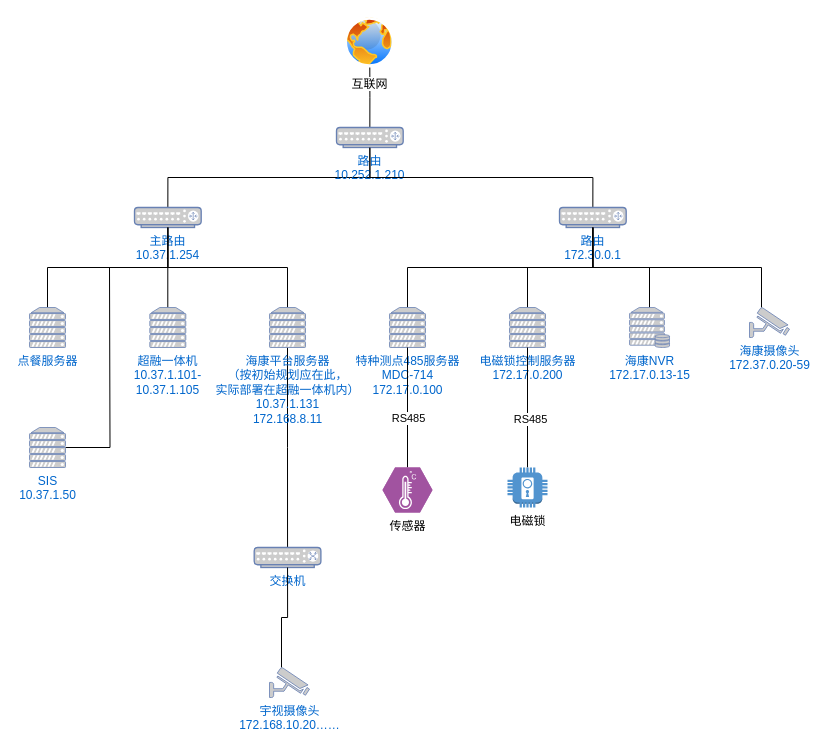
Earlier version of the draw.io diagram 智慧电厂/硬件及网络/网络拓扑.drawio (qxyanda/UML). Source tidied: cells renumbered, new cells numbered last; positions are measured from the earlier drawing's top-left corner, leaving out a move shared by most shapes. Both pictures are drawn from the tidied source at 100%, with x=0, y=0 at pixel (29, 17).
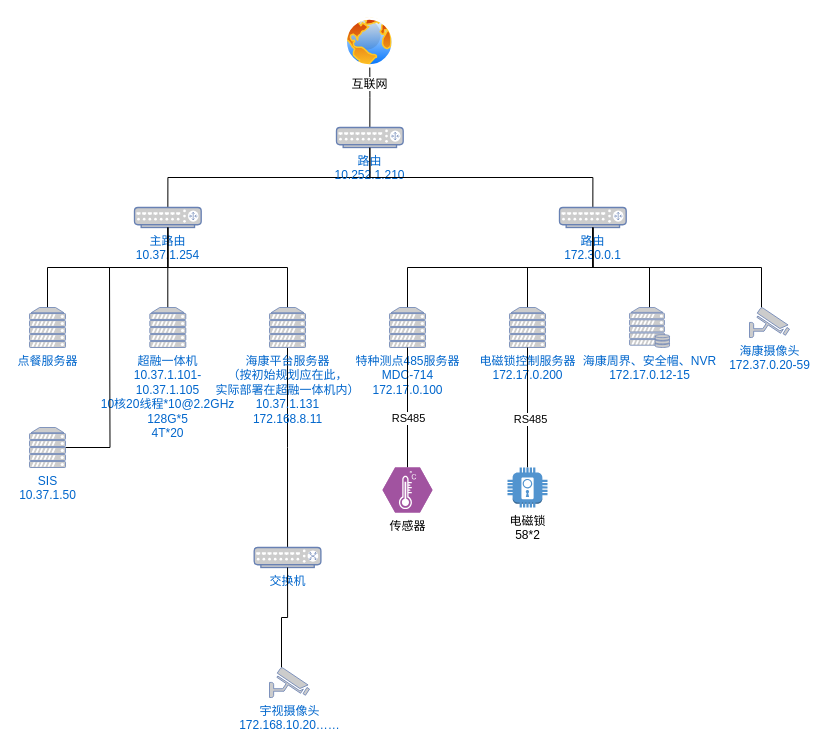
The same diagram, later.

What changed in the source:
```diff
@@
-    <mxCell id="12" value="海康NVR&lt;br&gt;172.17.0.13-15" style="fontColor=#0066CC;verticalAlign=top;verticalLabelPosition=bottom;labelPosition=center;align=center;html=1;outlineConnect=0;fillColor=#CCCCCC;strokeColor=#6881B3;gradientColor=none;gradientDirection=north;strokeWidth=2;shape=mxgraph.networks.server_storage;" parent="1" vertex="1">
+    <mxCell id="12" value="海康周界、安全帽、NVR&lt;br&gt;172.17.0.12-15" style="fontColor=#0066CC;verticalAlign=top;verticalLabelPosition=bottom;labelPosition=center;align=center;html=1;outlineConnect=0;fillColor=#CCCCCC;strokeColor=#6881B3;gradientColor=none;gradientDirection=north;strokeWidth=2;shape=mxgraph.networks.server_storage;" parent="1" vertex="1">
       <mxGeometry x="600" y="290" width="40" height="40" as="geometry" />
     </mxCell>
@@
-    <mxCell id="16" value="&lt;div&gt;超融一体机&lt;/div&gt;&lt;div&gt;10.37.1.101-&lt;/div&gt;&lt;div&gt;10.37.1.105&lt;/div&gt;" style="fontColor=#0066CC;verticalAlign=top;verticalLabelPosition=bottom;labelPosition=center;align=center;html=1;outlineConnect=0;fillColor=#CCCCCC;strokeColor=#6881B3;gradientColor=none;gradientDirection=north;strokeWidth=2;shape=mxgraph.networks.server;" parent="1" vertex="1">
+    <mxCell id="16" value="&lt;div&gt;超融一体机&lt;/div&gt;&lt;div&gt;10.37.1.101-&lt;/div&gt;&lt;div&gt;10.37.1.105&lt;/div&gt;&lt;div&gt;10核20线程*10@2.2GHz&lt;/div&gt;&lt;div&gt;128G*5&lt;/div&gt;&lt;div&gt;4T*20&lt;/div&gt;" style="fontColor=#0066CC;verticalAlign=top;verticalLabelPosition=bottom;labelPosition=center;align=center;html=1;outlineConnect=0;fillColor=#CCCCCC;strokeColor=#6881B3;gradientColor=none;gradientDirection=north;strokeWidth=2;shape=mxgraph.networks.server;" parent="1" vertex="1">
       <mxGeometry x="120.3" y="290" width="36" height="40" as="geometry" />
     </mxCell>
@@
-    <mxCell id="29" value="电磁锁" style="outlineConnect=0;dashed=0;verticalLabelPosition=bottom;verticalAlign=top;align=center;html=1;shape=mxgraph.aws3.door_lock;fillColor=#5294CF;gradientColor=none;" parent="1" vertex="1">
+    <mxCell id="29" value="电磁锁&lt;br&gt;58*2" style="outlineConnect=0;dashed=0;verticalLabelPosition=bottom;verticalAlign=top;align=center;html=1;shape=mxgraph.aws3.door_lock;fillColor=#5294CF;gradientColor=none;" parent="1" vertex="1">
       <mxGeometry x="478" y="450" width="40" height="40" as="geometry" />
     </mxCell>
```
